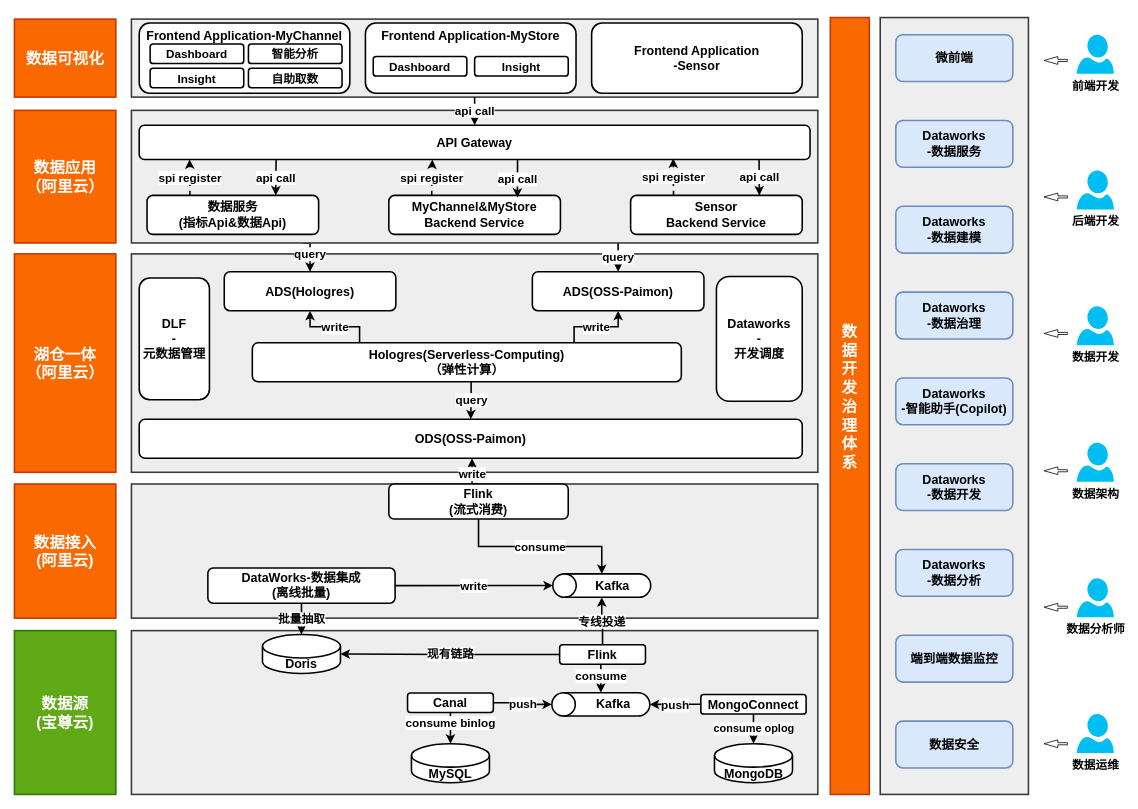
Before: page "Apple-future-architecture-pitch" (13 of 18) of indicator-platform.drawio in jackie-thank/beego-authz, a draw.io diagram. Source tidied: cells renumbered, new cells numbered last; positions are measured from the earlier drawing's top-left corner, leaving out a move shared by most shapes. Both pictures are drawn from the tidied source at 78%, with x=0, y=0 at pixel (14, 17).
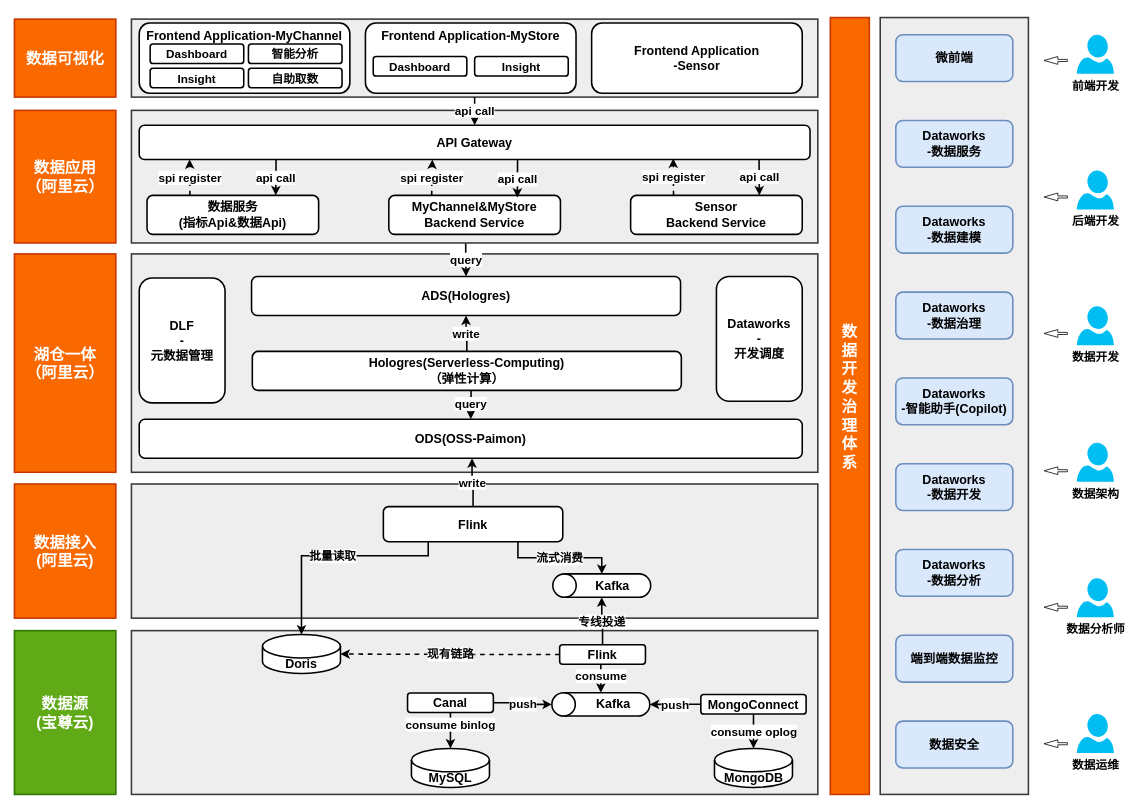
Above is the later version.

Unchanged cells that the change refers to:
```xml
<mxCell id="15" style="rounded=0;whiteSpace=wrap;html=1;strokeWidth=2;fillColor=#eeeeee;strokeColor=#36393d;fontSize=15;fontStyle=1;" parent="1" vertex="1">
  <mxGeometry x="150" y="119" width="880" height="170" as="geometry" />
</mxCell>
<mxCell id="67" value="Flink" style="rounded=1;whiteSpace=wrap;html=1;strokeWidth=2;fontSize=16;fontStyle=1;" parent="1" vertex="1">
  <mxGeometry x="699" y="804" width="110" height="25" as="geometry" />
</mxCell>
<mxCell id="81" style="shape=cylinder3;whiteSpace=wrap;html=1;boundedLbl=1;backgroundOutline=1;size=15;fontSize=16;fontStyle=1;strokeWidth=2;rotation=-90;" parent="1" vertex="1">
  <mxGeometry x="738" y="665.5" width="30" height="125.5" as="geometry" />
</mxCell>
<mxCell id="82" value="Doris" style="shape=cylinder3;whiteSpace=wrap;html=1;boundedLbl=1;backgroundOutline=1;size=15;fontSize=16;fontStyle=1;strokeWidth=2;" parent="1" vertex="1">
  <mxGeometry x="318" y="791" width="100" height="50" as="geometry" />
</mxCell>
<mxCell id="86" value="MongoConnect" style="rounded=1;whiteSpace=wrap;html=1;strokeWidth=2;fontSize=16;fontStyle=1;" parent="1" vertex="1">
  <mxGeometry x="880" y="868" width="135" height="25" as="geometry" />
</mxCell>
```

Change to the diagram source:
```diff
@@
-    <mxCell id="13" value="query" style="edgeStyle=orthogonalEdgeStyle;rounded=0;jettySize=auto;html=1;exitX=0.25;exitY=1;exitDx=0;exitDy=0;entryX=0.5;entryY=0;entryDx=0;entryDy=0;strokeWidth=2;fontSize=15;fontStyle=1;" parent="1" edge="1" source="15" target="25">
+    <mxCell id="13" value="query" style="edgeStyle=orthogonalEdgeStyle;rounded=0;jettySize=auto;html=1;exitX=0.487;exitY=0.998;exitDx=0;exitDy=0;entryX=0.5;entryY=0;entryDx=0;entryDy=0;strokeWidth=2;fontSize=15;fontStyle=1;exitPerimeter=0;" parent="1" edge="1" source="15" target="25">
       <mxGeometry relative="1" as="geometry" />
     </mxCell>
-    <mxCell id="14" value="query" style="rounded=0;jettySize=auto;html=1;exitX=0.709;exitY=0.992;exitDx=0;exitDy=0;exitPerimeter=0;strokeWidth=2;entryX=0.5;entryY=0;entryDx=0;entryDy=0;edgeStyle=orthogonalEdgeStyle;fontSize=15;fontStyle=1;" parent="1" edge="1" source="15" target="26">
-      <mxGeometry relative="1" as="geometry" />
-    </mxCell>
@@
-    <mxCell id="24" value="&lt;div&gt;DataWorks-数据集成&lt;/div&gt;&lt;div&gt;(离线批量)&lt;br&gt;&lt;/div&gt;" style="rounded=1;whiteSpace=wrap;html=1;strokeWidth=2;fontSize=16;fontStyle=1;" parent="1" vertex="1">
-      <mxGeometry x="248" y="705.8" width="240" height="45" as="geometry" />
-    </mxCell>
     <mxCell id="25" value="&lt;div&gt;ADS(Hologres)&lt;/div&gt;" style="rounded=1;whiteSpace=wrap;html=1;strokeWidth=2;fontSize=16;fontStyle=1;" parent="1" vertex="1">
-      <mxGeometry x="269" y="326" width="220" height="50" as="geometry" />
+      <mxGeometry x="304" y="332" width="550" height="50" as="geometry" />
     </mxCell>
-    <mxCell id="26" value="&lt;div&gt;ADS(OSS-Paimon)&lt;/div&gt;" style="rounded=1;whiteSpace=wrap;html=1;strokeWidth=2;fontSize=16;fontStyle=1;" parent="1" vertex="1">
-      <mxGeometry x="664" y="326" width="220" height="50" as="geometry" />
-    </mxCell>
@@
-    <mxCell id="31" value="&lt;div&gt;Flink&lt;/div&gt;&lt;div&gt;(流式消费)&lt;br&gt;&lt;/div&gt;" style="rounded=1;whiteSpace=wrap;html=1;strokeWidth=2;fontSize=16;fontStyle=1;" parent="1" vertex="1">
-      <mxGeometry x="480" y="598" width="230" height="45" as="geometry" />
+    <mxCell id="31" value="&lt;div&gt;Flink&lt;/div&gt;" style="rounded=1;whiteSpace=wrap;html=1;strokeWidth=2;fontSize=16;fontStyle=1;" parent="1" vertex="1">
+      <mxGeometry x="473" y="627" width="230" height="45" as="geometry" />
     </mxCell>
@@
-    <mxCell id="43" value="write" style="edgeStyle=orthogonalEdgeStyle;rounded=0;jettySize=auto;html=1;exitX=0.25;exitY=0;exitDx=0;exitDy=0;entryX=0.5;entryY=1;entryDx=0;entryDy=0;fontSize=15;fontStyle=1;strokeWidth=2;" parent="1" edge="1" source="45" target="25">
+    <mxCell id="43" value="write" style="edgeStyle=orthogonalEdgeStyle;rounded=0;jettySize=auto;html=1;exitX=0.5;exitY=0;exitDx=0;exitDy=0;entryX=0.5;entryY=1;entryDx=0;entryDy=0;fontSize=15;fontStyle=1;strokeWidth=2;" parent="1" edge="1" source="45" target="25">
       <mxGeometry relative="1" as="geometry" />
     </mxCell>
-    <mxCell id="44" value="write" style="edgeStyle=orthogonalEdgeStyle;rounded=0;jettySize=auto;html=1;exitX=0.75;exitY=0;exitDx=0;exitDy=0;entryX=0.5;entryY=1;entryDx=0;entryDy=0;fontSize=15;fontStyle=1;strokeWidth=2;" parent="1" edge="1" source="45" target="26">
-      <mxGeometry relative="1" as="geometry" />
-    </mxCell>
     <mxCell id="45" value="&lt;div&gt;Hologres(Serverless-Computing)&lt;/div&gt;&lt;div&gt;（弹性计算）&lt;/div&gt;" style="rounded=1;whiteSpace=wrap;html=1;strokeWidth=2;fontSize=16;fontStyle=1;" parent="1" vertex="1">
-      <mxGeometry x="305" y="417" width="550" height="50" as="geometry" />
+      <mxGeometry x="305" y="428" width="550" height="50" as="geometry" />
     </mxCell>
@@
-    <mxCell id="57" value="consume oplog" style="edgeStyle=orthogonalEdgeStyle;rounded=0;jettySize=auto;html=1;strokeWidth=2;fontSize=14;fontStyle=1;entryX=0.5;entryY=0;entryDx=0;entryDy=0;entryPerimeter=0;" parent="1" edge="1" source="86" target="61">
+    <mxCell id="57" value="consume oplog" style="edgeStyle=orthogonalEdgeStyle;rounded=0;jettySize=auto;html=1;strokeWidth=2;fontSize=15;fontStyle=1;entryX=0.5;entryY=0;entryDx=0;entryDy=0;entryPerimeter=0;" parent="1" edge="1" source="86" target="61">
       <mxGeometry relative="1" as="geometry" />
     </mxCell>
@@
-    <mxCell id="59" value="write" style="edgeStyle=orthogonalEdgeStyle;rounded=0;jettySize=auto;html=1;exitX=1;exitY=0.5;exitDx=0;exitDy=0;entryX=0.5;entryY=0;entryDx=0;entryDy=0;entryPerimeter=0;strokeWidth=2;fontSize=15;fontStyle=1;" parent="1" edge="1" source="24" target="81">
-      <mxGeometry relative="1" as="geometry" />
-    </mxCell>
     <mxCell id="60" value="MySQL" style="shape=cylinder3;whiteSpace=wrap;html=1;boundedLbl=1;backgroundOutline=1;size=15;fontSize=16;fontStyle=1;strokeWidth=2;" parent="1" vertex="1">
-      <mxGeometry x="509" y="931" width="100" height="50" as="geometry" />
+      <mxGeometry x="509" y="937" width="100" height="50" as="geometry" />
     </mxCell>
     <mxCell id="61" value="MongoDB" style="shape=cylinder3;whiteSpace=wrap;html=1;boundedLbl=1;backgroundOutline=1;size=15;fontSize=16;fontStyle=1;strokeWidth=2;" parent="1" vertex="1">
-      <mxGeometry x="897.5" y="931" width="100" height="50" as="geometry" />
+      <mxGeometry x="897.5" y="937" width="100" height="50" as="geometry" />
     </mxCell>
@@
-    <mxCell id="66" value="现有链路" style="edgeStyle=orthogonalEdgeStyle;rounded=0;jettySize=auto;html=1;exitX=0;exitY=0.5;exitDx=0;exitDy=0;strokeWidth=2;fontSize=15;fontStyle=1;" parent="1" edge="1" source="67" target="82">
+    <mxCell id="66" value="现有链路" style="edgeStyle=orthogonalEdgeStyle;rounded=0;jettySize=auto;html=1;exitX=0;exitY=0.5;exitDx=0;exitDy=0;strokeWidth=2;fontSize=15;fontStyle=1;dashed=1;" parent="1" edge="1" source="67" target="82">
       <mxGeometry relative="1" as="geometry" />
     </mxCell>
@@
-    <mxCell id="83" value="批量抽取" style="edgeStyle=orthogonalEdgeStyle;rounded=0;jettySize=auto;html=1;entryX=0.5;entryY=0;entryDx=0;entryDy=0;entryPerimeter=0;strokeWidth=2;fontSize=15;fontStyle=1;" parent="1" edge="1" source="24" target="82">
-      <mxGeometry relative="1" as="geometry" />
+    <mxCell id="83" value="批量读取" style="edgeStyle=orthogonalEdgeStyle;rounded=0;jettySize=auto;html=1;entryX=0.5;entryY=0;entryDx=0;entryDy=0;entryPerimeter=0;strokeWidth=2;fontSize=15;fontStyle=1;exitX=0.25;exitY=1;exitDx=0;exitDy=0;" parent="1" edge="1" source="31" target="82">
+      <mxGeometry relative="1" as="geometry">
+        <Array as="points">
+          <mxPoint x="530" y="690" />
+          <mxPoint x="368" y="690" />
+        </Array>
+      </mxGeometry>
     </mxCell>
-    <mxCell id="84" value="consume" style="edgeStyle=orthogonalEdgeStyle;rounded=0;jettySize=auto;html=1;entryX=1;entryY=0.5;entryDx=0;entryDy=0;entryPerimeter=0;strokeWidth=2;fontSize=15;fontStyle=1;" parent="1" edge="1" source="31" target="81">
+    <mxCell id="84" value="流式消费" style="edgeStyle=orthogonalEdgeStyle;rounded=0;jettySize=auto;html=1;entryX=1;entryY=0.5;entryDx=0;entryDy=0;entryPerimeter=0;strokeWidth=2;fontSize=15;fontStyle=1;exitX=0.75;exitY=1;exitDx=0;exitDy=0;" parent="1" edge="1" source="31" target="81">
       <mxGeometry relative="1" as="geometry" />
     </mxCell>
@@
     <mxCell id="88" value="&lt;div&gt;DLF&lt;/div&gt;&lt;div&gt;-&lt;/div&gt;&lt;div&gt;元数据管理&lt;/div&gt;" style="rounded=1;whiteSpace=wrap;html=1;strokeWidth=2;fontSize=16;fontStyle=1;" parent="1" vertex="1">
-      <mxGeometry x="160" y="334" width="90" height="156" as="geometry" />
+      <mxGeometry x="160" y="334" width="110" height="160" as="geometry" />
     </mxCell>
```
